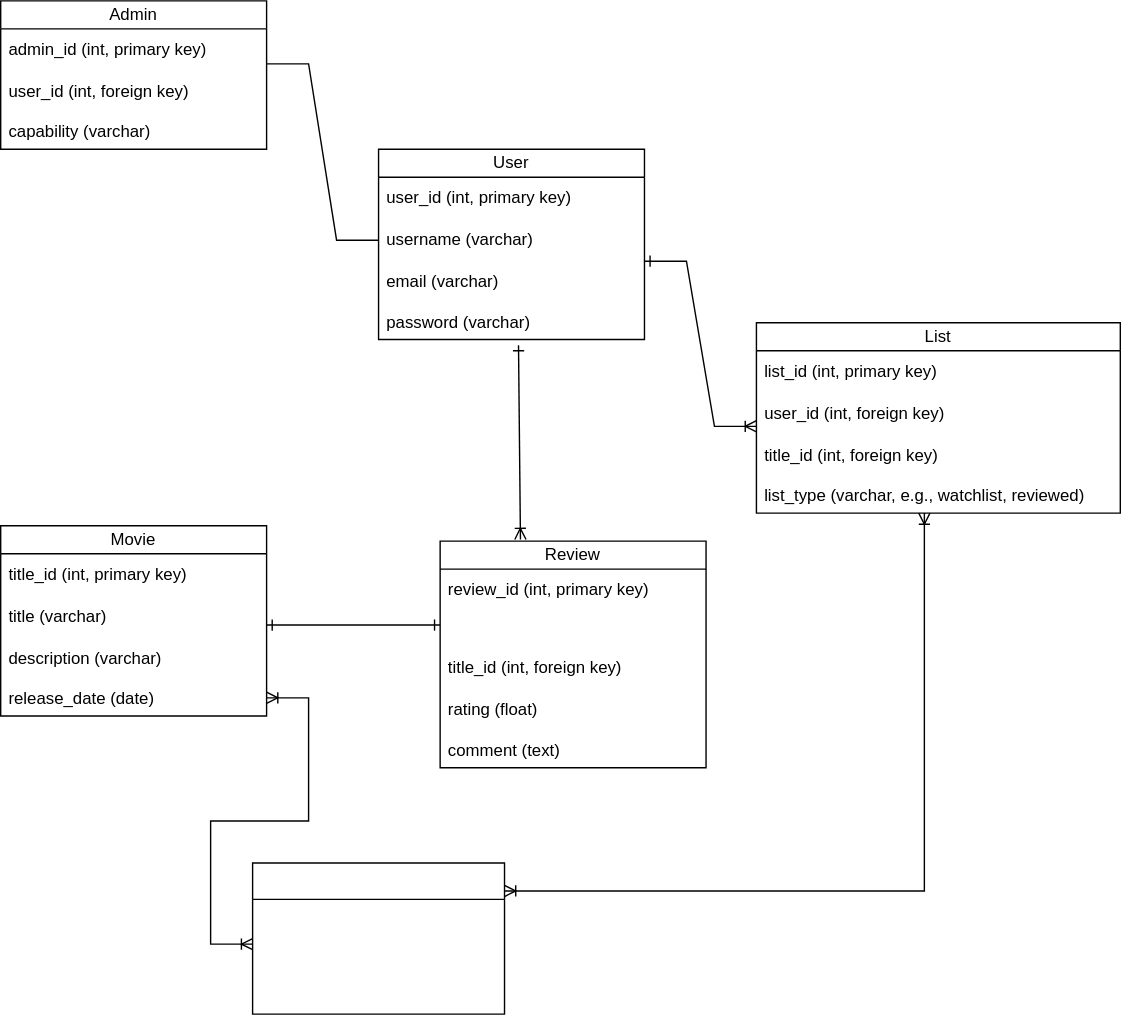
chas-academy/u05-imdb-klon-u05-imdb-klon-grupp1 keeps this draw.io diagram as ERD.drawio.svg. Above is the earlier version. Source tidied: cells renumbered, new cells last; positions are measured from the earlier drawing's top-left corner, leaving out a move shared by most shapes. Source of this version:
```xml
<mxGraphModel>
  <root>
    <mxCell id="0" />
    <mxCell id="1" parent="0" />
    <mxCell id="2" value="User" style="swimlane;fontStyle=0;horizontal=1;startSize=20;whiteSpace=wrap;html=1;" parent="1" vertex="1">
      <mxGeometry x="270" y="106" width="190" height="136" as="geometry" />
    </mxCell>
    <mxCell id="3" value="user_id (int, primary key)" style="text;strokeColor=none;fillColor=none;align=left;verticalAlign=middle;spacingLeft=4;spacingRight=4;overflow=hidden;whiteSpace=wrap;html=1;" parent="2" vertex="1">
      <mxGeometry y="20" width="190" height="30" as="geometry" />
    </mxCell>
    <mxCell id="4" value="username (varchar)" style="text;strokeColor=none;fillColor=none;align=left;verticalAlign=middle;spacingLeft=4;spacingRight=4;overflow=hidden;points=[[0,0.5],[1,0.5]];portConstraint=eastwest;whiteSpace=wrap;html=1;" parent="2" vertex="1">
      <mxGeometry y="50" width="190" height="30" as="geometry" />
    </mxCell>
    <mxCell id="5" value="email (varchar)" style="text;strokeColor=none;fillColor=none;align=left;verticalAlign=middle;spacingLeft=4;spacingRight=4;overflow=hidden;whiteSpace=wrap;html=1;" parent="2" vertex="1">
      <mxGeometry y="80" width="190" height="30" as="geometry" />
    </mxCell>
    <mxCell id="6" value="password (varchar)" style="text;strokeColor=none;fillColor=none;align=left;verticalAlign=top;spacingLeft=4;spacingRight=4;overflow=hidden;whiteSpace=wrap;html=1;" parent="2" vertex="1">
      <mxGeometry y="110" width="190" height="26" as="geometry" />
    </mxCell>
    <mxCell id="7" value="Movie" style="swimlane;fontStyle=0;horizontal=1;startSize=20;whiteSpace=wrap;html=1;" parent="1" vertex="1">
      <mxGeometry y="375" width="190" height="136" as="geometry" />
    </mxCell>
    <mxCell id="8" value="title_id (int, primary key)" style="text;strokeColor=none;fillColor=none;align=left;verticalAlign=middle;spacingLeft=4;spacingRight=4;overflow=hidden;whiteSpace=wrap;html=1;" parent="7" vertex="1">
      <mxGeometry y="20" width="190" height="30" as="geometry" />
    </mxCell>
    <mxCell id="9" value="title (varchar)" style="text;strokeColor=none;fillColor=none;align=left;verticalAlign=middle;spacingLeft=4;spacingRight=4;overflow=hidden;whiteSpace=wrap;html=1;" parent="7" vertex="1">
      <mxGeometry y="50" width="190" height="30" as="geometry" />
    </mxCell>
    <mxCell id="10" value="description (varchar)" style="text;strokeColor=none;fillColor=none;align=left;verticalAlign=middle;spacingLeft=4;spacingRight=4;overflow=hidden;whiteSpace=wrap;html=1;" parent="7" vertex="1">
      <mxGeometry y="80" width="190" height="30" as="geometry" />
    </mxCell>
    <mxCell id="11" value="release_date (date)" style="text;strokeColor=none;fillColor=none;align=left;verticalAlign=top;spacingLeft=4;spacingRight=4;overflow=hidden;points=[[0,0.5],[1,0.5]];portConstraint=eastwest;whiteSpace=wrap;html=1;" parent="7" vertex="1">
      <mxGeometry y="110" width="190" height="26" as="geometry" />
    </mxCell>
    <mxCell id="12" value="Review" style="swimlane;fontStyle=0;horizontal=1;startSize=20;whiteSpace=wrap;html=1;" parent="1" vertex="1">
      <mxGeometry x="314" y="386" width="190" height="162" as="geometry" />
    </mxCell>
    <mxCell id="13" value="review_id (int, primary key)" style="text;strokeColor=none;fillColor=none;align=left;verticalAlign=middle;spacingLeft=4;spacingRight=4;overflow=hidden;whiteSpace=wrap;html=1;" parent="12" vertex="1">
      <mxGeometry y="20" width="190" height="30" as="geometry" />
    </mxCell>
    <mxCell id="14" value="user_id (int, foreign key)" style="text;strokeColor=none;fillColor=none;align=left;verticalAlign=top;spacingLeft=4;spacingRight=4;overflow=hidden;whiteSpace=wrap;html=1;fontColor=#FFFFFF;" parent="12" vertex="1">
      <mxGeometry y="50" width="190" height="26" as="geometry" />
    </mxCell>
    <mxCell id="15" value="title_id (int, foreign key)" style="text;strokeColor=none;fillColor=none;align=left;verticalAlign=middle;spacingLeft=4;spacingRight=4;overflow=hidden;whiteSpace=wrap;html=1;" parent="12" vertex="1">
      <mxGeometry y="76" width="190" height="30" as="geometry" />
    </mxCell>
    <mxCell id="16" value="rating (float)" style="text;strokeColor=none;fillColor=none;align=left;verticalAlign=middle;spacingLeft=4;spacingRight=4;overflow=hidden;whiteSpace=wrap;html=1;" parent="12" vertex="1">
      <mxGeometry y="106" width="190" height="30" as="geometry" />
    </mxCell>
    <mxCell id="17" value="comment (text)" style="text;strokeColor=none;fillColor=none;align=left;verticalAlign=top;spacingLeft=4;spacingRight=4;overflow=hidden;whiteSpace=wrap;html=1;" parent="12" vertex="1">
      <mxGeometry y="136" width="190" height="26" as="geometry" />
    </mxCell>
    <mxCell id="18" value="Genre" style="swimlane;fontStyle=0;horizontal=1;startSize=26;fillColor=none;html=1;fontColor=#FFFFFF;" parent="1" vertex="1">
      <mxGeometry x="180" y="616" width="180" height="108" as="geometry" />
    </mxCell>
    <mxCell id="19" value="genre_id (int, primary key)" style="text;strokeColor=none;fillColor=none;align=left;verticalAlign=top;spacingLeft=4;spacingRight=4;overflow=hidden;whiteSpace=wrap;html=1;fontColor=#FFFFFF;" parent="18" vertex="1">
      <mxGeometry y="26" width="180" height="26" as="geometry" />
    </mxCell>
    <mxCell id="20" value="name (varchar)" style="text;strokeColor=none;fillColor=none;align=left;verticalAlign=top;spacingLeft=4;spacingRight=4;overflow=hidden;whiteSpace=wrap;html=1;fontColor=#FFFFFF;" parent="18" vertex="1">
      <mxGeometry y="52" width="180" height="26" as="geometry" />
    </mxCell>
    <mxCell id="21" value="list_id (int, foreign key)" style="text;strokeColor=none;fillColor=none;align=left;verticalAlign=middle;spacingLeft=4;spacingRight=4;overflow=hidden;whiteSpace=wrap;html=1;fontColor=#FFFFFF;" parent="18" vertex="1">
      <mxGeometry y="78" width="180" height="30" as="geometry" />
    </mxCell>
    <mxCell id="22" value="List" style="swimlane;fontStyle=0;horizontal=1;startSize=20;whiteSpace=wrap;html=1;" parent="1" vertex="1">
      <mxGeometry x="540" y="230" width="260" height="136" as="geometry" />
    </mxCell>
    <mxCell id="23" value="list_id (int, primary key)" style="text;strokeColor=none;fillColor=none;align=left;verticalAlign=middle;spacingLeft=4;spacingRight=4;overflow=hidden;whiteSpace=wrap;html=1;" parent="22" vertex="1">
      <mxGeometry y="20" width="260" height="30" as="geometry" />
    </mxCell>
    <mxCell id="24" value="user_id (int, foreign key)" style="text;strokeColor=none;fillColor=none;align=left;verticalAlign=middle;spacingLeft=4;spacingRight=4;overflow=hidden;whiteSpace=wrap;html=1;" parent="22" vertex="1">
      <mxGeometry y="50" width="260" height="30" as="geometry" />
    </mxCell>
    <mxCell id="25" value="title_id (int, foreign key)" style="text;strokeColor=none;fillColor=none;align=left;verticalAlign=middle;spacingLeft=4;spacingRight=4;overflow=hidden;whiteSpace=wrap;html=1;" parent="22" vertex="1">
      <mxGeometry y="80" width="260" height="30" as="geometry" />
    </mxCell>
    <mxCell id="26" value="list_type (varchar, e.g., watchlist, reviewed)" style="text;strokeColor=none;fillColor=none;align=left;verticalAlign=top;spacingLeft=4;spacingRight=4;overflow=hidden;whiteSpace=wrap;html=1;" parent="22" vertex="1">
      <mxGeometry y="110" width="260" height="26" as="geometry" />
    </mxCell>
    <mxCell id="27" style="edgeStyle=entityRelationEdgeStyle;fontSize=12;html=1;endArrow=ERoneToMany;rounded=0;startArrow=ERone;startFill=0;" parent="1" edge="1">
      <mxGeometry relative="1" as="geometry">
        <mxPoint x="460" y="186" as="sourcePoint" />
        <mxPoint x="540" y="304" as="targetPoint" />
      </mxGeometry>
    </mxCell>
    <mxCell id="28" style="fontSize=12;html=1;endArrow=ERoneToMany;rounded=0;startArrow=ERone;startFill=0;entryX=0.302;entryY=-0.007;entryDx=0;entryDy=0;entryPerimeter=0;" parent="1" edge="1" target="12">
      <mxGeometry relative="1" as="geometry">
        <mxPoint x="370" y="246" as="sourcePoint" />
      </mxGeometry>
    </mxCell>
    <mxCell id="29" value="Admin" style="swimlane;fontStyle=0;horizontal=1;startSize=20;whiteSpace=wrap;html=1;" parent="1" vertex="1">
      <mxGeometry width="190" height="106" as="geometry" />
    </mxCell>
    <mxCell id="30" value="admin_id (int, primary key)" style="text;strokeColor=none;fillColor=none;align=left;verticalAlign=middle;spacingLeft=4;spacingRight=4;overflow=hidden;whiteSpace=wrap;html=1;" parent="29" vertex="1">
      <mxGeometry y="20" width="190" height="30" as="geometry" />
    </mxCell>
    <mxCell id="31" value="user_id (int, foreign key)" style="text;strokeColor=none;fillColor=none;align=left;verticalAlign=middle;spacingLeft=4;spacingRight=4;overflow=hidden;whiteSpace=wrap;html=1;" parent="29" vertex="1">
      <mxGeometry y="50" width="190" height="30" as="geometry" />
    </mxCell>
    <mxCell id="32" value="capability (varchar)" style="text;strokeColor=none;fillColor=none;align=left;verticalAlign=top;spacingLeft=4;spacingRight=4;overflow=hidden;whiteSpace=wrap;html=1;" parent="29" vertex="1">
      <mxGeometry y="80" width="190" height="26" as="geometry" />
    </mxCell>
    <mxCell id="33" style="edgeStyle=entityRelationEdgeStyle;fontSize=12;html=1;endArrow=none;rounded=0;startArrow=none;startFill=0;entryX=0;entryY=0.5;entryDx=0;entryDy=0;endFill=0;" parent="1" edge="1" target="4">
      <mxGeometry relative="1" as="geometry">
        <mxPoint x="190" y="45" as="sourcePoint" />
      </mxGeometry>
    </mxCell>
    <mxCell id="34" style="fontSize=12;html=1;endArrow=ERone;rounded=0;startArrow=ERone;startFill=0;endFill=0;" parent="1" edge="1">
      <mxGeometry relative="1" as="geometry">
        <mxPoint x="190" y="446" as="sourcePoint" />
        <mxPoint x="314" y="446" as="targetPoint" />
      </mxGeometry>
    </mxCell>
    <mxCell id="35" style="edgeStyle=entityRelationEdgeStyle;fontSize=12;html=1;endArrow=ERoneToMany;rounded=0;startArrow=ERoneToMany;startFill=0;exitX=1;exitY=0.5;exitDx=0;exitDy=0;" parent="1" edge="1" source="11">
      <mxGeometry relative="1" as="geometry">
        <mxPoint x="180" y="674" as="targetPoint" />
      </mxGeometry>
    </mxCell>
    <mxCell id="36" style="edgeStyle=elbowEdgeStyle;fontSize=12;html=1;endArrow=ERoneToMany;rounded=0;startArrow=ERoneToMany;startFill=0;elbow=vertical;" parent="1" edge="1">
      <mxGeometry relative="1" as="geometry">
        <mxPoint x="660" y="366" as="sourcePoint" />
        <mxPoint x="360" y="636" as="targetPoint" />
        <Array as="points">
          <mxPoint x="600" y="636" />
        </Array>
      </mxGeometry>
    </mxCell>
  </root>
</mxGraphModel>
```
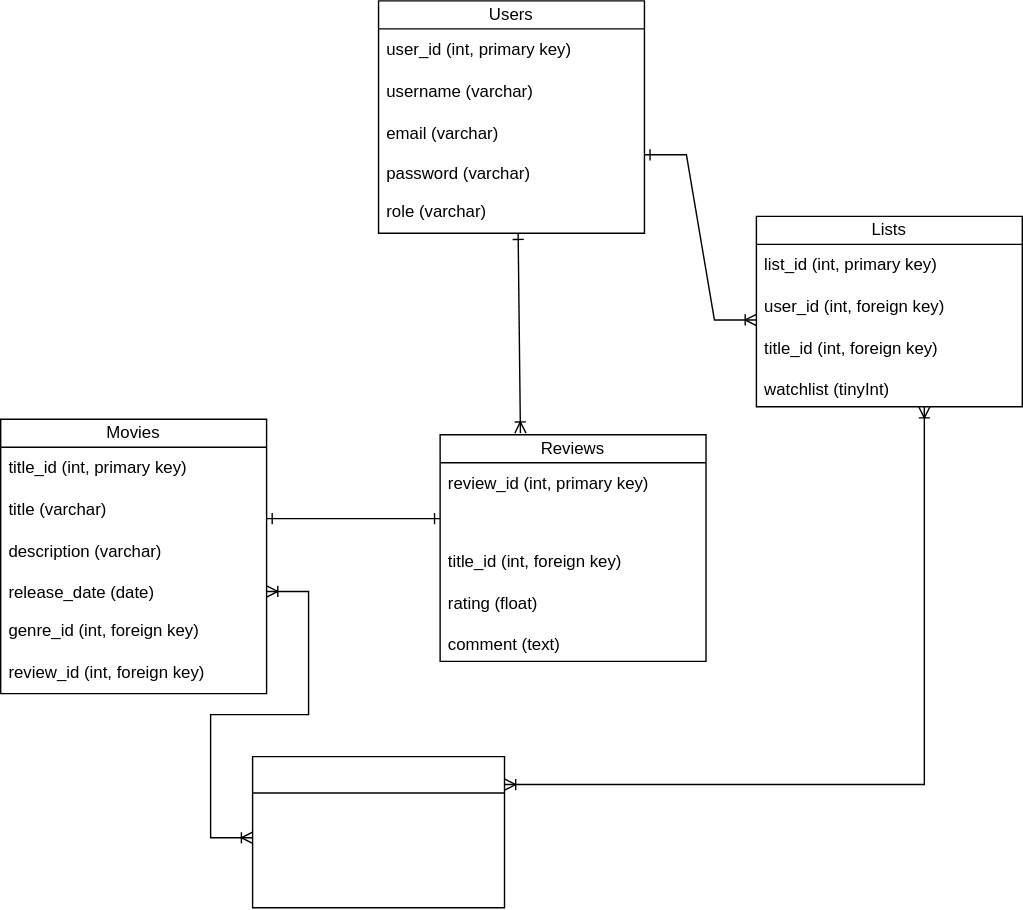
The same file after the commit.

Commit message:
modification ERD

The edit, as a diff of the source:
```diff
@@ -2,8 +2,8 @@
   <root>
     <mxCell id="0" />
     <mxCell id="1" parent="0" />
-    <mxCell id="2" value="User" style="swimlane;fontStyle=0;horizontal=1;startSize=20;whiteSpace=wrap;html=1;" parent="1" vertex="1">
-      <mxGeometry x="270" y="106" width="190" height="136" as="geometry" />
+    <mxCell id="2" value="Users" style="swimlane;fontStyle=0;horizontal=1;startSize=20;whiteSpace=wrap;html=1;" parent="1" vertex="1">
+      <mxGeometry x="270" y="76" width="190" height="166" as="geometry" />
     </mxCell>
     <mxCell id="3" value="user_id (int, primary key)" style="text;strokeColor=none;fillColor=none;align=left;verticalAlign=middle;spacingLeft=4;spacingRight=4;overflow=hidden;whiteSpace=wrap;html=1;" parent="2" vertex="1">
       <mxGeometry y="20" width="190" height="30" as="geometry" />
@@ -17,8 +17,11 @@
     <mxCell id="6" value="password (varchar)" style="text;strokeColor=none;fillColor=none;align=left;verticalAlign=top;spacingLeft=4;spacingRight=4;overflow=hidden;whiteSpace=wrap;html=1;" parent="2" vertex="1">
       <mxGeometry y="110" width="190" height="26" as="geometry" />
     </mxCell>
+    <mxCell id="37" value="role (varchar)" style="text;strokeColor=none;fillColor=none;align=left;verticalAlign=middle;spacingLeft=4;spacingRight=4;overflow=hidden;points=[[0,0.5],[1,0.5]];portConstraint=eastwest;whiteSpace=wrap;html=1;" parent="2" vertex="1">
+      <mxGeometry y="136" width="190" height="30" as="geometry" />
+    </mxCell>
-    <mxCell id="7" value="Movie" style="swimlane;fontStyle=0;horizontal=1;startSize=20;whiteSpace=wrap;html=1;" parent="1" vertex="1">
-      <mxGeometry y="375" width="190" height="136" as="geometry" />
+    <mxCell id="7" value="Movies" style="swimlane;fontStyle=0;horizontal=1;startSize=20;whiteSpace=wrap;html=1;" parent="1" vertex="1">
+      <mxGeometry y="375" width="190" height="196" as="geometry" />
     </mxCell>
     <mxCell id="8" value="title_id (int, primary key)" style="text;strokeColor=none;fillColor=none;align=left;verticalAlign=middle;spacingLeft=4;spacingRight=4;overflow=hidden;whiteSpace=wrap;html=1;" parent="7" vertex="1">
       <mxGeometry y="20" width="190" height="30" as="geometry" />
@@ -32,7 +35,13 @@
     <mxCell id="11" value="release_date (date)" style="text;strokeColor=none;fillColor=none;align=left;verticalAlign=top;spacingLeft=4;spacingRight=4;overflow=hidden;points=[[0,0.5],[1,0.5]];portConstraint=eastwest;whiteSpace=wrap;html=1;" parent="7" vertex="1">
       <mxGeometry y="110" width="190" height="26" as="geometry" />
     </mxCell>
+    <mxCell id="38" value="genre_id (int, foreign key)" style="text;strokeColor=none;fillColor=none;align=left;verticalAlign=middle;spacingLeft=4;spacingRight=4;overflow=hidden;whiteSpace=wrap;html=1;" parent="7" vertex="1">
+      <mxGeometry y="136" width="190" height="30" as="geometry" />
+    </mxCell>
+    <mxCell id="39" value="review_id (int, foreign key)" style="text;strokeColor=none;fillColor=none;align=left;verticalAlign=middle;spacingLeft=4;spacingRight=4;overflow=hidden;whiteSpace=wrap;html=1;" parent="7" vertex="1">
+      <mxGeometry y="166" width="190" height="30" as="geometry" />
+    </mxCell>
-    <mxCell id="12" value="Review" style="swimlane;fontStyle=0;horizontal=1;startSize=20;whiteSpace=wrap;html=1;" parent="1" vertex="1">
+    <mxCell id="12" value="Reviews" style="swimlane;fontStyle=0;horizontal=1;startSize=20;whiteSpace=wrap;html=1;" parent="1" vertex="1">
       <mxGeometry x="314" y="386" width="190" height="162" as="geometry" />
     </mxCell>
     <mxCell id="13" value="review_id (int, primary key)" style="text;strokeColor=none;fillColor=none;align=left;verticalAlign=middle;spacingLeft=4;spacingRight=4;overflow=hidden;whiteSpace=wrap;html=1;" parent="12" vertex="1">
@@ -50,7 +59,7 @@
     <mxCell id="17" value="comment (text)" style="text;strokeColor=none;fillColor=none;align=left;verticalAlign=top;spacingLeft=4;spacingRight=4;overflow=hidden;whiteSpace=wrap;html=1;" parent="12" vertex="1">
       <mxGeometry y="136" width="190" height="26" as="geometry" />
     </mxCell>
-    <mxCell id="18" value="Genre" style="swimlane;fontStyle=0;horizontal=1;startSize=26;fillColor=none;html=1;fontColor=#FFFFFF;" parent="1" vertex="1">
+    <mxCell id="18" value="Genres" style="swimlane;fontStyle=0;horizontal=1;startSize=26;fillColor=none;html=1;fontColor=#FFFFFF;" parent="1" vertex="1">
       <mxGeometry x="180" y="616" width="180" height="108" as="geometry" />
     </mxCell>
     <mxCell id="19" value="genre_id (int, primary key)" style="text;strokeColor=none;fillColor=none;align=left;verticalAlign=top;spacingLeft=4;spacingRight=4;overflow=hidden;whiteSpace=wrap;html=1;fontColor=#FFFFFF;" parent="18" vertex="1">
@@ -62,20 +71,20 @@
     <mxCell id="21" value="list_id (int, foreign key)" style="text;strokeColor=none;fillColor=none;align=left;verticalAlign=middle;spacingLeft=4;spacingRight=4;overflow=hidden;whiteSpace=wrap;html=1;fontColor=#FFFFFF;" parent="18" vertex="1">
       <mxGeometry y="78" width="180" height="30" as="geometry" />
     </mxCell>
-    <mxCell id="22" value="List" style="swimlane;fontStyle=0;horizontal=1;startSize=20;whiteSpace=wrap;html=1;" parent="1" vertex="1">
-      <mxGeometry x="540" y="230" width="260" height="136" as="geometry" />
+    <mxCell id="22" value="Lists" style="swimlane;fontStyle=0;horizontal=1;startSize=20;whiteSpace=wrap;html=1;" parent="1" vertex="1">
+      <mxGeometry x="540" y="230" width="190" height="136" as="geometry" />
     </mxCell>
     <mxCell id="23" value="list_id (int, primary key)" style="text;strokeColor=none;fillColor=none;align=left;verticalAlign=middle;spacingLeft=4;spacingRight=4;overflow=hidden;whiteSpace=wrap;html=1;" parent="22" vertex="1">
-      <mxGeometry y="20" width="260" height="30" as="geometry" />
+      <mxGeometry y="20" width="190" height="30" as="geometry" />
     </mxCell>
     <mxCell id="24" value="user_id (int, foreign key)" style="text;strokeColor=none;fillColor=none;align=left;verticalAlign=middle;spacingLeft=4;spacingRight=4;overflow=hidden;whiteSpace=wrap;html=1;" parent="22" vertex="1">
-      <mxGeometry y="50" width="260" height="30" as="geometry" />
+      <mxGeometry y="50" width="190" height="30" as="geometry" />
     </mxCell>
     <mxCell id="25" value="title_id (int, foreign key)" style="text;strokeColor=none;fillColor=none;align=left;verticalAlign=middle;spacingLeft=4;spacingRight=4;overflow=hidden;whiteSpace=wrap;html=1;" parent="22" vertex="1">
-      <mxGeometry y="80" width="260" height="30" as="geometry" />
+      <mxGeometry y="80" width="190" height="30" as="geometry" />
     </mxCell>
-    <mxCell id="26" value="list_type (varchar, e.g., watchlist, reviewed)" style="text;strokeColor=none;fillColor=none;align=left;verticalAlign=top;spacingLeft=4;spacingRight=4;overflow=hidden;whiteSpace=wrap;html=1;" parent="22" vertex="1">
-      <mxGeometry y="110" width="260" height="26" as="geometry" />
+    <mxCell id="26" value="watchlist (tinyInt)" style="text;strokeColor=none;fillColor=none;align=left;verticalAlign=top;spacingLeft=4;spacingRight=4;overflow=hidden;whiteSpace=wrap;html=1;" parent="22" vertex="1">
+      <mxGeometry y="110" width="190" height="26" as="geometry" />
     </mxCell>
     <mxCell id="27" style="edgeStyle=entityRelationEdgeStyle;fontSize=12;html=1;endArrow=ERoneToMany;rounded=0;startArrow=ERone;startFill=0;" parent="1" edge="1">
       <mxGeometry relative="1" as="geometry">
@@ -83,28 +92,9 @@
         <mxPoint x="540" y="304" as="targetPoint" />
       </mxGeometry>
     </mxCell>
-    <mxCell id="28" style="fontSize=12;html=1;endArrow=ERoneToMany;rounded=0;startArrow=ERone;startFill=0;entryX=0.302;entryY=-0.007;entryDx=0;entryDy=0;entryPerimeter=0;" parent="1" edge="1" target="12">
-      <mxGeometry relative="1" as="geometry">
-        <mxPoint x="370" y="246" as="sourcePoint" />
-      </mxGeometry>
+    <mxCell id="28" style="fontSize=12;html=1;endArrow=ERoneToMany;rounded=0;startArrow=ERone;startFill=0;entryX=0.302;entryY=-0.007;entryDx=0;entryDy=0;entryPerimeter=0;exitX=0.525;exitY=1.016;exitDx=0;exitDy=0;exitPerimeter=0;" parent="1" edge="1" source="37" target="12">
+      <mxGeometry relative="1" as="geometry" />
     </mxCell>
-    <mxCell id="29" value="Admin" style="swimlane;fontStyle=0;horizontal=1;startSize=20;whiteSpace=wrap;html=1;" parent="1" vertex="1">
-      <mxGeometry width="190" height="106" as="geometry" />
-    </mxCell>
-    <mxCell id="30" value="admin_id (int, primary key)" style="text;strokeColor=none;fillColor=none;align=left;verticalAlign=middle;spacingLeft=4;spacingRight=4;overflow=hidden;whiteSpace=wrap;html=1;" parent="29" vertex="1">
-      <mxGeometry y="20" width="190" height="30" as="geometry" />
-    </mxCell>
-    <mxCell id="31" value="user_id (int, foreign key)" style="text;strokeColor=none;fillColor=none;align=left;verticalAlign=middle;spacingLeft=4;spacingRight=4;overflow=hidden;whiteSpace=wrap;html=1;" parent="29" vertex="1">
-      <mxGeometry y="50" width="190" height="30" as="geometry" />
-    </mxCell>
-    <mxCell id="32" value="capability (varchar)" style="text;strokeColor=none;fillColor=none;align=left;verticalAlign=top;spacingLeft=4;spacingRight=4;overflow=hidden;whiteSpace=wrap;html=1;" parent="29" vertex="1">
-      <mxGeometry y="80" width="190" height="26" as="geometry" />
-    </mxCell>
-    <mxCell id="33" style="edgeStyle=entityRelationEdgeStyle;fontSize=12;html=1;endArrow=none;rounded=0;startArrow=none;startFill=0;entryX=0;entryY=0.5;entryDx=0;entryDy=0;endFill=0;" parent="1" edge="1" target="4">
-      <mxGeometry relative="1" as="geometry">
-        <mxPoint x="190" y="45" as="sourcePoint" />
-      </mxGeometry>
-    </mxCell>
     <mxCell id="34" style="fontSize=12;html=1;endArrow=ERone;rounded=0;startArrow=ERone;startFill=0;endFill=0;" parent="1" edge="1">
       <mxGeometry relative="1" as="geometry">
         <mxPoint x="190" y="446" as="sourcePoint" />
```
